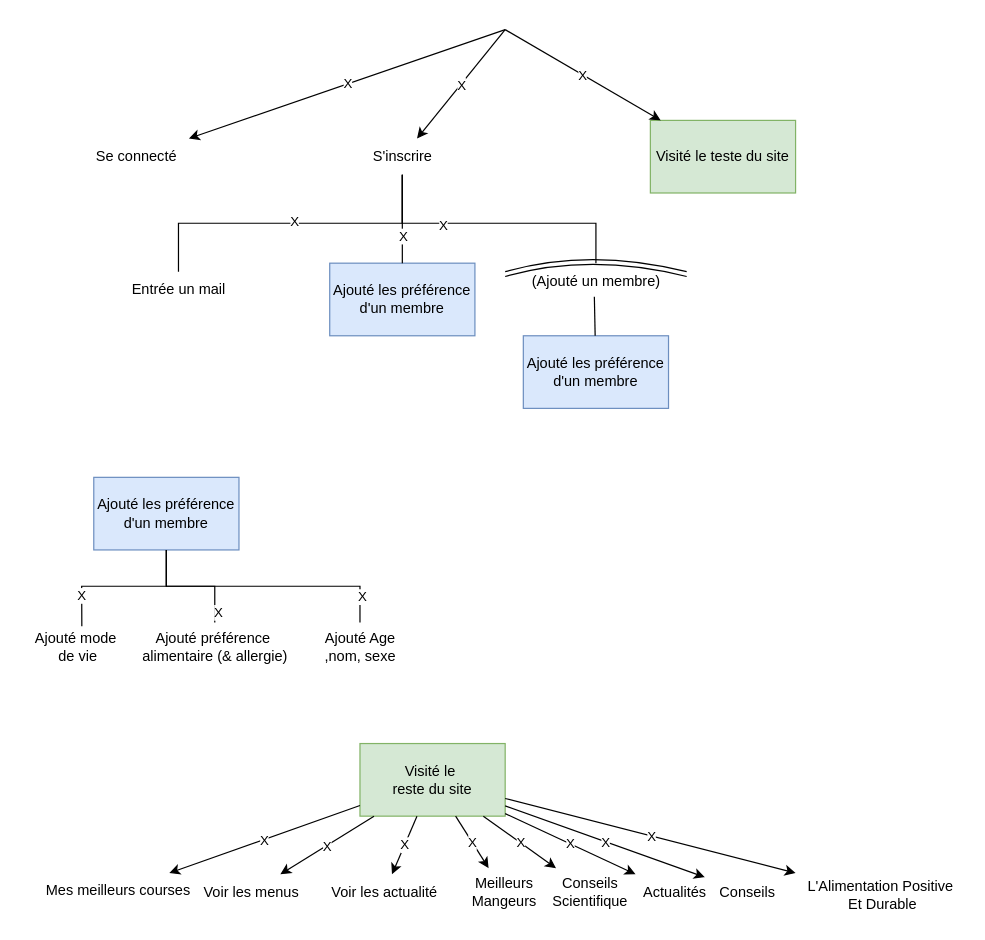
2024-2025-ECOM-INFO5-G2/docs keeps this draw.io diagram as Analyse/IHM/ArbreDeTache.drawio. Above is the earlier version. Source tidied: cells renumbered, new cells numbered last; positions are measured from the earlier drawing's top-left corner, leaving out a move shared by most shapes. Both pictures are drawn from the tidied source at 121%, with x=0, y=0 at pixel (21, 29).
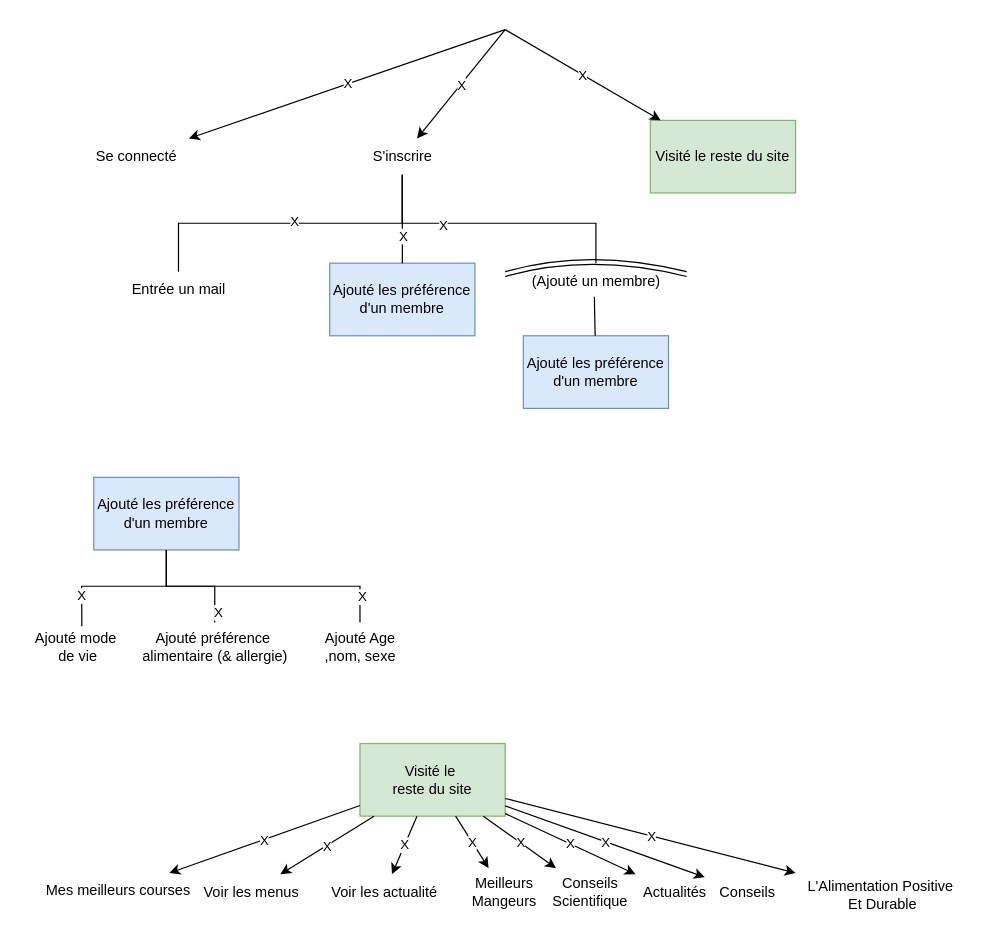
The same page after the edit.

Commit message (it also covers changes not shown here):
Fixed a spelling mistake

The edit, as a diff of the source:
```diff
@@
-    <mxCell id="2" value="Visité le teste du site" style="whiteSpace=wrap;html=1;fillColor=#d5e8d4;strokeColor=#82b366;" parent="1" vertex="1">
+    <mxCell id="2" value="Visité le reste du site" style="whiteSpace=wrap;html=1;fillColor=#d5e8d4;strokeColor=#82b366;" parent="1" vertex="1">
       <mxGeometry x="520" y="75" width="120" height="60" as="geometry" />
     </mxCell>
```
